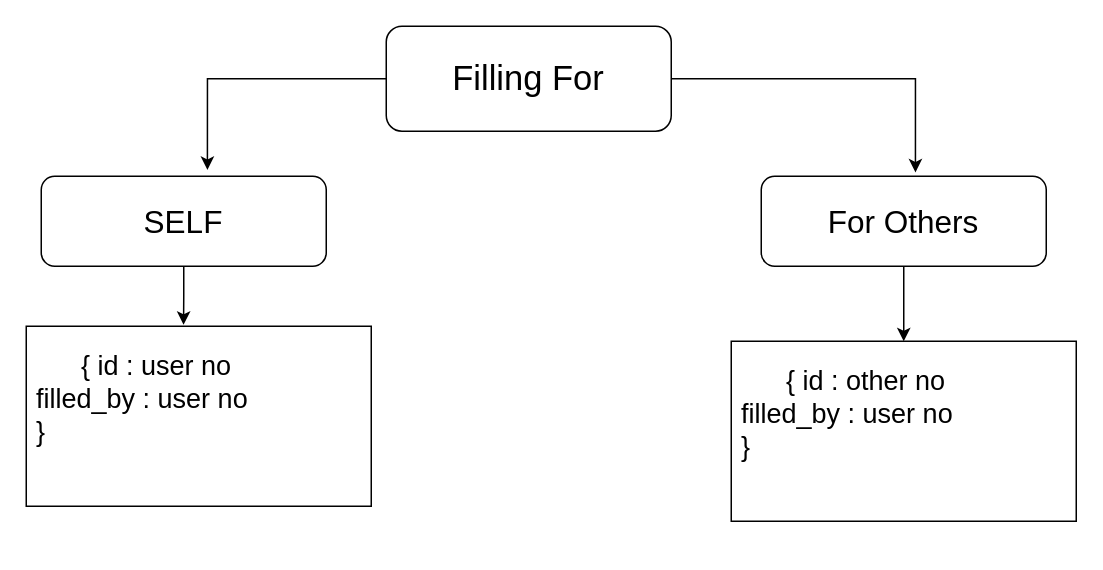
Raj-kar/Daigrams keeps this draw.io diagram as Untitled Diagram.drawio. Above is the earlier version. Source tidied: cells renumbered, new cells numbered last; positions are measured from the earlier drawing's top-left corner, leaving out a move shared by most shapes. Both pictures are drawn from the tidied source at 150%, with x=0, y=0 at pixel (26, 26).
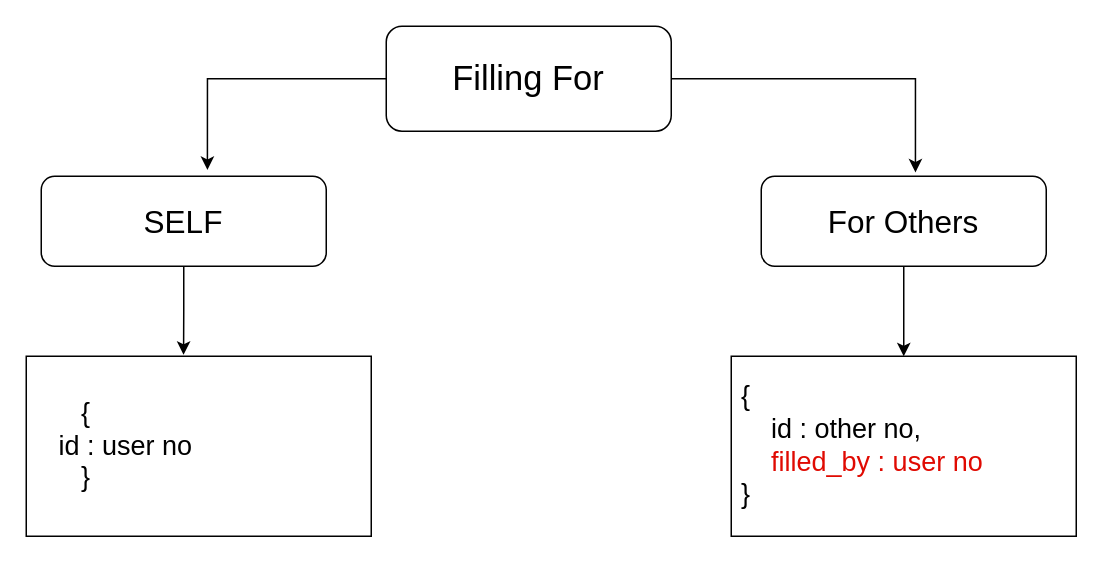
The same diagram, later.

Change to the diagram source:
```diff
@@
 <mxGraphModel>
   <root>
     <mxCell id="0" />
     <mxCell id="1" parent="0" />
     <mxCell id="2" style="edgeStyle=orthogonalEdgeStyle;rounded=0;jettySize=auto;html=1;entryX=0.583;entryY=-0.07;entryDx=0;entryDy=0;entryPerimeter=0;" parent="1" edge="1" source="4" target="6">
       <mxGeometry relative="1" as="geometry" />
     </mxCell>
     <mxCell id="3" style="edgeStyle=orthogonalEdgeStyle;rounded=0;jettySize=auto;html=1;entryX=0.541;entryY=-0.043;entryDx=0;entryDy=0;entryPerimeter=0;" parent="1" edge="1" source="4" target="8">
       <mxGeometry relative="1" as="geometry" />
     </mxCell>
     <mxCell id="4" value="&lt;font style=&quot;font-size: 23px&quot;&gt;Filling For&lt;/font&gt;" style="rounded=1;whiteSpace=wrap;html=1;" parent="1" vertex="1">
       <mxGeometry x="240" width="190" height="70" as="geometry" />
     </mxCell>
     <mxCell id="5" style="edgeStyle=orthogonalEdgeStyle;rounded=0;jettySize=auto;html=1;entryX=0.456;entryY=-0.008;entryDx=0;entryDy=0;entryPerimeter=0;" parent="1" edge="1" source="6" target="9">
       <mxGeometry relative="1" as="geometry" />
     </mxCell>
     <mxCell id="6" value="&lt;font style=&quot;font-size: 21px&quot;&gt;SELF&lt;/font&gt;" style="rounded=1;whiteSpace=wrap;html=1;" parent="1" vertex="1">
       <mxGeometry x="10" y="100" width="190" height="60" as="geometry" />
     </mxCell>
     <mxCell id="7" style="edgeStyle=orthogonalEdgeStyle;rounded=0;jettySize=auto;html=1;entryX=0.5;entryY=0;entryDx=0;entryDy=0;" parent="1" edge="1" source="8" target="10">
       <mxGeometry relative="1" as="geometry" />
     </mxCell>
     <mxCell id="8" value="&lt;font style=&quot;font-size: 21px&quot;&gt;For Others&lt;/font&gt;" style="rounded=1;whiteSpace=wrap;html=1;" parent="1" vertex="1">
       <mxGeometry x="490" y="100" width="190" height="60" as="geometry" />
     </mxCell>
-    <mxCell id="9" value="&lt;font style=&quot;font-size: 18px&quot;&gt;&amp;nbsp; &amp;nbsp; &amp;nbsp; &amp;nbsp;{ id : user no &lt;br&gt;&lt;span style=&quot;white-space: pre&quot;&gt; &lt;/span&gt;filled_by : user no&lt;br&gt;&lt;span style=&quot;white-space: pre&quot;&gt; &lt;/span&gt;}&lt;br&gt;&lt;br&gt;&lt;/font&gt;" style="rounded=0;whiteSpace=wrap;html=1;align=left;" parent="1" vertex="1">
-      <mxGeometry y="200" width="230" height="120" as="geometry" />
+    <mxCell id="9" value="&lt;font style=&quot;font-size: 18px&quot;&gt;&amp;nbsp; &amp;nbsp; &amp;nbsp; &amp;nbsp;{ &lt;br&gt;&lt;span style=&quot;white-space: pre&quot;&gt; &lt;/span&gt;&amp;nbsp; &amp;nbsp;id : user no&lt;br&gt;&amp;nbsp; &amp;nbsp; &amp;nbsp; &amp;nbsp;}&lt;br&gt;&lt;/font&gt;" style="rounded=0;whiteSpace=wrap;html=1;align=left;" parent="1" vertex="1">
+      <mxGeometry y="220" width="230" height="120" as="geometry" />
     </mxCell>
-    <mxCell id="10" value="&lt;font style=&quot;font-size: 18px&quot;&gt;&amp;nbsp; &amp;nbsp; &amp;nbsp; &amp;nbsp;{ id : other no&lt;br&gt;&lt;span style=&quot;white-space: pre&quot;&gt; &lt;/span&gt;filled_by : user no&lt;br&gt;&lt;span style=&quot;white-space: pre&quot;&gt; &lt;/span&gt;}&lt;br&gt;&lt;br&gt;&lt;/font&gt;" style="rounded=0;whiteSpace=wrap;html=1;align=left;" parent="1" vertex="1">
-      <mxGeometry x="470" y="210" width="230" height="120" as="geometry" />
+    <mxCell id="10" value="&lt;font style=&quot;font-size: 18px&quot;&gt;&amp;nbsp; &amp;nbsp; &amp;nbsp; &amp;nbsp;&lt;br&gt;&lt;span style=&quot;white-space: pre&quot;&gt; &lt;/span&gt;{ &lt;br&gt;&lt;span style=&quot;white-space: pre&quot;&gt; &lt;/span&gt;&amp;nbsp; &amp;nbsp; id : other no,&lt;br&gt;&lt;span style=&quot;white-space: pre&quot;&gt; &lt;/span&gt;&amp;nbsp; &amp;nbsp; &lt;font color=&quot;#e00a02&quot;&gt;filled_by : user no&lt;/font&gt;&lt;br&gt;&lt;span style=&quot;white-space: pre&quot;&gt; &lt;/span&gt;}&lt;br&gt;&lt;br&gt;&lt;/font&gt;" style="rounded=0;whiteSpace=wrap;html=1;align=left;" parent="1" vertex="1">
+      <mxGeometry x="470" y="220" width="230" height="120" as="geometry" />
     </mxCell>
   </root>
 </mxGraphModel>
```
